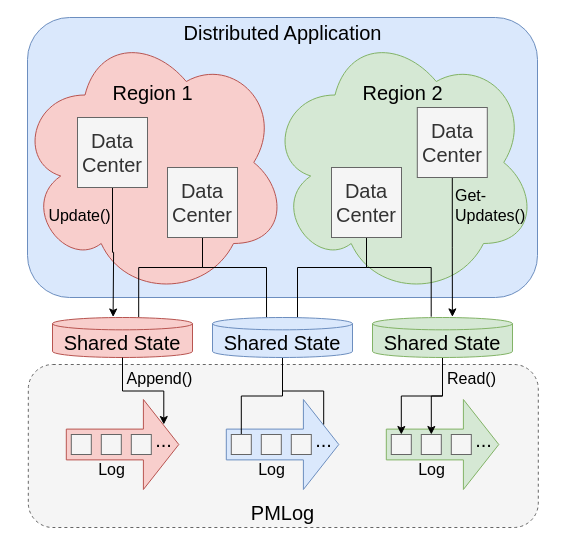
Earlier version of the draw.io diagram docs/abstraction.drawio (nathanieltornow/PMLog). Source tidied: cells renumbered, new cells numbered last; positions are measured from the earlier drawing's top-left corner, leaving out a move shared by most shapes. Both pictures are drawn from the tidied source at 100%, with x=0, y=0 at pixel (17, 17).
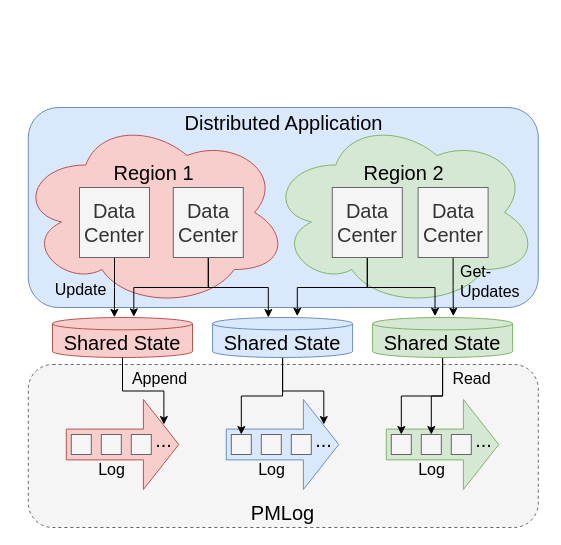
The same diagram, later.

The change refers to these unchanged cells:
```xml
<mxCell id="26" style="whiteSpace=wrap;html=1;fontSize=20;fillColor=#f5f5f5;strokeColor=#666666;fontColor=#333333;" parent="1" vertex="1">
  <mxGeometry x="213.8" y="417" width="20" height="20" as="geometry" />
</mxCell>
<mxCell id="30" value="Shared State" style="shape=cylinder3;whiteSpace=wrap;html=1;boundedLbl=1;backgroundOutline=1;size=6.166666666666629;fontSize=20;fillColor=#f8cecc;strokeColor=#b85450;" parent="1" vertex="1">
  <mxGeometry x="35" y="300" width="140" height="40" as="geometry" />
</mxCell>
<mxCell id="39" style="whiteSpace=wrap;html=1;fontSize=20;fillColor=#f5f5f5;strokeColor=#666666;fontColor=#333333;" parent="1" vertex="1">
  <mxGeometry x="403.8" y="417" width="20" height="20" as="geometry" />
</mxCell>
```

Diff of the diagram source:
```diff
@@
     <mxCell id="6" style="rounded=1;whiteSpace=wrap;html=1;fontSize=20;fillColor=#dae8fc;strokeColor=#6c8ebf;" parent="1" vertex="1">
-      <mxGeometry x="10" width="510" height="280" as="geometry" />
+      <mxGeometry x="10.8" y="90" width="510" height="200" as="geometry" />
     </mxCell>
     <mxCell id="7" style="ellipse;shape=cloud;whiteSpace=wrap;html=1;fillColor=#f8cecc;strokeColor=#b85450;" parent="1" vertex="1">
-      <mxGeometry y="10" width="270" height="270" as="geometry" />
+      <mxGeometry x="0.8" y="100" width="270" height="190" as="geometry" />
     </mxCell>
-    <mxCell id="8" style="edgeStyle=orthogonalEdgeStyle;rounded=0;jettySize=auto;html=1;exitX=0.5;exitY=1;exitDx=0;exitDy=0;entryX=0.397;entryY=-0.01;entryDx=0;entryDy=0;entryPerimeter=0;fontSize=20;" parent="1" edge="1" source="9">
-      <mxGeometry relative="1" as="geometry">
-        <mxPoint x="95.6" y="299.5" as="targetPoint" />
-      </mxGeometry>
-    </mxCell>
+    <mxCell id="50" style="edgeStyle=orthogonalEdgeStyle;rounded=0;jettySize=auto;html=1;exitX=0.5;exitY=1;exitDx=0;exitDy=0;entryX=0.442;entryY=-0.004;entryDx=0;entryDy=0;entryPerimeter=0;fontSize=16;startArrow=none;startFill=0;endArrow=classic;endFill=1;" parent="1" edge="1" source="9" target="30">
+      <mxGeometry relative="1" as="geometry" />
+    </mxCell>
     <mxCell id="9" value="&lt;font style=&quot;font-size: 20px&quot;&gt;Data&lt;br&gt;Center&lt;/font&gt;" style="whiteSpace=wrap;html=1;fillColor=#f5f5f5;strokeColor=#666666;fontColor=#333333;" parent="1" vertex="1">
-      <mxGeometry x="60" y="100" width="70" height="70" as="geometry" />
+      <mxGeometry x="62" y="170" width="70" height="70" as="geometry" />
     </mxCell>
-    <mxCell id="10" style="edgeStyle=orthogonalEdgeStyle;rounded=0;jettySize=auto;html=1;exitX=0.5;exitY=1;exitDx=0;exitDy=0;fontSize=20;entryX=0.58;entryY=-0.01;entryDx=0;entryDy=0;entryPerimeter=0;endArrow=none;endFill=0;" parent="1" edge="1" source="12">
-      <mxGeometry relative="1" as="geometry">
-        <mxPoint x="121.2" y="299.5" as="targetPoint" />
-        <Array as="points">
-          <mxPoint x="185" y="250" />
-          <mxPoint x="121" y="250" />
-        </Array>
-      </mxGeometry>
-    </mxCell>
-    <mxCell id="11" style="edgeStyle=orthogonalEdgeStyle;rounded=0;jettySize=auto;html=1;exitX=0.5;exitY=1;exitDx=0;exitDy=0;fontSize=16;endArrow=none;endFill=0;entryX=0.386;entryY=0;entryDx=0;entryDy=0;entryPerimeter=0;" parent="1" edge="1" source="12" target="22">
-      <mxGeometry relative="1" as="geometry">
-        <Array as="points">
-          <mxPoint x="185" y="250" />
-          <mxPoint x="249" y="250" />
-        </Array>
-      </mxGeometry>
+    <mxCell id="11" style="edgeStyle=orthogonalEdgeStyle;rounded=0;jettySize=auto;html=1;exitX=0.5;exitY=1;exitDx=0;exitDy=0;entryX=0.398;entryY=0;entryDx=0;entryDy=0;entryPerimeter=0;fontSize=16;startArrow=none;startFill=0;endArrow=classic;endFill=1;" parent="1" edge="1" source="12" target="22">
+      <mxGeometry relative="1" as="geometry" />
     </mxCell>
+    <mxCell id="51" style="edgeStyle=orthogonalEdgeStyle;rounded=0;jettySize=auto;html=1;exitX=0.5;exitY=1;exitDx=0;exitDy=0;entryX=0.581;entryY=-0.018;entryDx=0;entryDy=0;entryPerimeter=0;fontSize=16;startArrow=none;startFill=0;endArrow=classic;endFill=1;" parent="1" edge="1" source="12" target="30">
+      <mxGeometry relative="1" as="geometry" />
+    </mxCell>
     <mxCell id="12" value="&lt;font style=&quot;font-size: 20px&quot;&gt;Data&lt;br&gt;Center&lt;/font&gt;" style="whiteSpace=wrap;html=1;fillColor=#f5f5f5;strokeColor=#666666;fontColor=#333333;" parent="1" vertex="1">
-      <mxGeometry x="150" y="150" width="70" height="70" as="geometry" />
+      <mxGeometry x="155.8" y="170" width="70" height="70" as="geometry" />
     </mxCell>
     <mxCell id="13" style="ellipse;shape=cloud;whiteSpace=wrap;html=1;fillColor=#d5e8d4;strokeColor=#82b366;" parent="1" vertex="1">
-      <mxGeometry x="250" y="10" width="270" height="270" as="geometry" />
+      <mxGeometry x="250.8" y="100" width="270" height="190" as="geometry" />
     </mxCell>
-    <mxCell id="14" style="edgeStyle=orthogonalEdgeStyle;rounded=0;jettySize=auto;html=1;exitX=0.5;exitY=1;exitDx=0;exitDy=0;entryX=0.419;entryY=-0.015;entryDx=0;entryDy=0;entryPerimeter=0;fontSize=20;endArrow=none;endFill=0;" parent="1" edge="1" source="16">
-      <mxGeometry relative="1" as="geometry">
-        <mxPoint x="413.7" y="299.2" as="targetPoint" />
-        <Array as="points">
-          <mxPoint x="349" y="250" />
-          <mxPoint x="414" y="250" />
-        </Array>
-      </mxGeometry>
-    </mxCell>
-    <mxCell id="15" style="edgeStyle=orthogonalEdgeStyle;rounded=0;jettySize=auto;html=1;exitX=0.5;exitY=1;exitDx=0;exitDy=0;entryX=0.543;entryY=0.008;entryDx=0;entryDy=0;entryPerimeter=0;fontSize=16;endArrow=none;endFill=0;" parent="1" edge="1" source="16" target="22">
-      <mxGeometry relative="1" as="geometry">
-        <Array as="points">
-          <mxPoint x="349" y="250" />
-          <mxPoint x="280" y="250" />
-          <mxPoint x="280" y="300" />
-        </Array>
-      </mxGeometry>
+    <mxCell id="15" style="edgeStyle=orthogonalEdgeStyle;rounded=0;jettySize=auto;html=1;exitX=0.5;exitY=1;exitDx=0;exitDy=0;fontSize=16;startArrow=none;startFill=0;endArrow=classic;endFill=1;entryX=0.605;entryY=-0.032;entryDx=0;entryDy=0;entryPerimeter=0;" parent="1" edge="1" source="16" target="22">
+      <mxGeometry relative="1" as="geometry" />
     </mxCell>
+    <mxCell id="52" style="edgeStyle=orthogonalEdgeStyle;rounded=0;jettySize=auto;html=1;exitX=0.5;exitY=1;exitDx=0;exitDy=0;entryX=0.446;entryY=-0.032;entryDx=0;entryDy=0;entryPerimeter=0;fontSize=16;startArrow=none;startFill=0;endArrow=classic;endFill=1;" parent="1" edge="1" source="16" target="33">
+      <mxGeometry relative="1" as="geometry" />
+    </mxCell>
     <mxCell id="16" value="&lt;font style=&quot;font-size: 20px&quot;&gt;Data&lt;br&gt;Center&lt;/font&gt;" style="whiteSpace=wrap;html=1;fillColor=#f5f5f5;strokeColor=#666666;fontColor=#333333;" parent="1" vertex="1">
-      <mxGeometry x="314" y="150" width="70" height="70" as="geometry" />
+      <mxGeometry x="314.8" y="170" width="70" height="70" as="geometry" />
     </mxCell>
-    <mxCell id="17" style="edgeStyle=orthogonalEdgeStyle;rounded=0;jettySize=auto;html=1;exitX=0.5;exitY=1;exitDx=0;exitDy=0;entryX=0.571;entryY=-0.012;entryDx=0;entryDy=0;entryPerimeter=0;fontSize=20;startArrow=none;startFill=0;endArrow=classic;endFill=1;" parent="1" edge="1" source="18">
-      <mxGeometry relative="1" as="geometry">
-        <mxPoint x="434.9" y="299.4" as="targetPoint" />
-      </mxGeometry>
-    </mxCell>
+    <mxCell id="53" style="edgeStyle=orthogonalEdgeStyle;rounded=0;jettySize=auto;html=1;exitX=0.5;exitY=1;exitDx=0;exitDy=0;entryX=0.577;entryY=-0.032;entryDx=0;entryDy=0;entryPerimeter=0;fontSize=16;startArrow=none;startFill=0;endArrow=classic;endFill=1;" parent="1" edge="1" source="18" target="33">
+      <mxGeometry relative="1" as="geometry" />
+    </mxCell>
     <mxCell id="18" value="&lt;font style=&quot;font-size: 20px&quot;&gt;Data&lt;br&gt;Center&lt;/font&gt;" style="whiteSpace=wrap;html=1;fillColor=#f5f5f5;strokeColor=#666666;fontColor=#333333;" parent="1" vertex="1">
-      <mxGeometry x="399.8" y="90" width="70" height="70" as="geometry" />
+      <mxGeometry x="400.6" y="170" width="70" height="70" as="geometry" />
     </mxCell>
     <mxCell id="19" value="Distributed Application" style="text;html=1;align=center;verticalAlign=middle;strokeColor=none;fillColor=none;fontSize=20;" parent="1" vertex="1">
-      <mxGeometry x="160" width="210" height="30" as="geometry" />
+      <mxGeometry x="160.8" y="90" width="210" height="30" as="geometry" />
     </mxCell>
-    <mxCell id="20" style="edgeStyle=orthogonalEdgeStyle;rounded=0;jettySize=auto;html=1;exitX=0.5;exitY=1;exitDx=0;exitDy=0;exitPerimeter=0;entryX=0.5;entryY=0;entryDx=0;entryDy=0;fontSize=16;startArrow=none;startFill=0;endArrow=none;endFill=0;" parent="1" edge="1" source="22" target="26">
+    <mxCell id="20" style="edgeStyle=orthogonalEdgeStyle;rounded=0;jettySize=auto;html=1;exitX=0.5;exitY=1;exitDx=0;exitDy=0;exitPerimeter=0;entryX=0.5;entryY=0;entryDx=0;entryDy=0;fontSize=16;startArrow=none;startFill=0;endArrow=classic;endFill=1;" parent="1" edge="1" source="22" target="26">
       <mxGeometry relative="1" as="geometry" />
     </mxCell>
-    <mxCell id="21" style="edgeStyle=orthogonalEdgeStyle;rounded=0;jettySize=auto;html=1;exitX=0.5;exitY=1;exitDx=0;exitDy=0;exitPerimeter=0;fontSize=16;startArrow=none;startFill=0;endArrow=none;endFill=0;" parent="1" edge="1" source="22" target="29">
+    <mxCell id="21" style="edgeStyle=orthogonalEdgeStyle;rounded=0;jettySize=auto;html=1;exitX=0.5;exitY=1;exitDx=0;exitDy=0;exitPerimeter=0;fontSize=16;startArrow=none;startFill=0;endArrow=classic;endFill=1;" parent="1" edge="1" source="22" target="29">
       <mxGeometry relative="1" as="geometry" />
     </mxCell>
     <mxCell id="22" value="Shared State" style="shape=cylinder3;whiteSpace=wrap;html=1;boundedLbl=1;backgroundOutline=1;size=6.166666666666629;fontSize=20;fillColor=#dae8fc;strokeColor=#6c8ebf;" parent="1" vertex="1">
-      <mxGeometry x="195" y="300" width="140" height="40" as="geometry" />
+      <mxGeometry x="195.1" y="300" width="140" height="40" as="geometry" />
     </mxCell>
     <mxCell id="23" value="PMLog" style="text;html=1;align=center;verticalAlign=middle;strokeColor=none;fillColor=none;fontSize=20;" parent="1" vertex="1">
-      <mxGeometry x="225" y="480" width="80" height="30" as="geometry" />
+      <mxGeometry x="225.1" y="480" width="80" height="30" as="geometry" />
     </mxCell>
     <mxCell id="24" value="Region 1" style="text;html=1;align=center;verticalAlign=middle;strokeColor=none;fillColor=none;fontSize=20;" parent="1" vertex="1">
-      <mxGeometry x="85" y="60" width="100" height="30" as="geometry" />
+      <mxGeometry x="85.8" y="140" width="100" height="30" as="geometry" />
     </mxCell>
     <mxCell id="25" value="Region 2" style="text;html=1;align=center;verticalAlign=middle;strokeColor=none;fillColor=none;fontSize=20;" parent="1" vertex="1">
-      <mxGeometry x="335" y="60" width="100" height="30" as="geometry" />
+      <mxGeometry x="335.8" y="140" width="100" height="30" as="geometry" />
     </mxCell>
@@
     <mxCell id="29" value="..." style="text;html=1;align=center;verticalAlign=middle;points=[];strokeColor=none;fillColor=none;fontSize=20;" parent="1" vertex="1">
-      <mxGeometry x="291.2" y="407" width="30" height="30" as="geometry" />
+      <mxGeometry x="291.3" y="407" width="30" height="30" as="geometry" />
     </mxCell>
@@
-    <mxCell id="32" style="edgeStyle=orthogonalEdgeStyle;rounded=0;jettySize=auto;html=1;exitX=0.5;exitY=1;exitDx=0;exitDy=0;exitPerimeter=0;entryX=0.5;entryY=0;entryDx=0;entryDy=0;fontSize=16;startArrow=none;startFill=0;endArrow=classic;endFill=1;" parent="1" edge="1" source="33" target="39">
+    <mxCell id="32" style="edgeStyle=orthogonalEdgeStyle;rounded=0;jettySize=auto;html=1;exitX=0.5;exitY=1;exitDx=0;exitDy=0;exitPerimeter=0;fontSize=16;startArrow=none;startFill=0;endArrow=classic;endFill=1;" parent="1" edge="1" source="33" target="39">
       <mxGeometry relative="1" as="geometry" />
     </mxCell>
     <mxCell id="33" value="Shared State" style="shape=cylinder3;whiteSpace=wrap;html=1;boundedLbl=1;backgroundOutline=1;size=6.166666666666629;fontSize=20;fillColor=#d5e8d4;strokeColor=#82b366;" parent="1" vertex="1">
-      <mxGeometry x="355" y="300" width="140" height="40" as="geometry" />
+      <mxGeometry x="355.1" y="300" width="140" height="40" as="geometry" />
     </mxCell>
@@
     <mxCell id="37" value="..." style="text;html=1;align=center;verticalAlign=middle;points=[];strokeColor=none;fillColor=none;fontSize=20;" parent="1" vertex="1">
-      <mxGeometry x="131.2" y="407" width="30" height="30" as="geometry" />
+      <mxGeometry x="131.3" y="407" width="30" height="30" as="geometry" />
     </mxCell>
@@
     <mxCell id="41" value="..." style="text;html=1;align=center;verticalAlign=middle;strokeColor=none;fillColor=none;fontSize=20;" parent="1" vertex="1">
-      <mxGeometry x="451.2" y="407" width="30" height="30" as="geometry" />
+      <mxGeometry x="451.3" y="407" width="30" height="30" as="geometry" />
     </mxCell>
-    <mxCell id="42" value="Update()" style="text;html=1;align=center;verticalAlign=middle;strokeColor=none;fillColor=none;fontSize=16;" parent="1" vertex="1">
-      <mxGeometry x="21.8" y="188" width="80" height="20" as="geometry" />
+    <mxCell id="42" value="Update" style="text;html=1;align=center;verticalAlign=middle;strokeColor=none;fillColor=none;fontSize=16;" parent="1" vertex="1">
+      <mxGeometry x="27.5" y="262" width="70" height="20" as="geometry" />
     </mxCell>
-    <mxCell id="43" value="Get-&lt;br&gt;Updates()" style="text;html=1;align=left;verticalAlign=middle;strokeColor=none;fillColor=none;fontSize=16;" parent="1" vertex="1">
-      <mxGeometry x="435.8" y="168" width="90" height="40" as="geometry" />
+    <mxCell id="43" value="Get-&lt;br&gt;Updates" style="text;html=1;align=left;verticalAlign=middle;strokeColor=none;fillColor=none;fontSize=16;" parent="1" vertex="1">
+      <mxGeometry x="440.8" y="244" width="80" height="40" as="geometry" />
     </mxCell>
@@
-    <mxCell id="45" value="Append()" style="text;html=1;align=center;verticalAlign=middle;strokeColor=none;fillColor=none;fontSize=16;" parent="1" vertex="1">
-      <mxGeometry x="101.8" y="351" width="80" height="20" as="geometry" />
+    <mxCell id="45" value="Append" style="text;html=1;align=center;verticalAlign=middle;strokeColor=none;fillColor=none;fontSize=16;" parent="1" vertex="1">
+      <mxGeometry x="106.8" y="351" width="70" height="20" as="geometry" />
     </mxCell>
-    <mxCell id="46" value="Read()" style="text;html=1;align=center;verticalAlign=middle;strokeColor=none;fillColor=none;fontSize=16;" parent="1" vertex="1">
-      <mxGeometry x="423.8" y="351" width="60" height="20" as="geometry" />
+    <mxCell id="46" value="Read" style="text;html=1;align=center;verticalAlign=middle;strokeColor=none;fillColor=none;fontSize=16;" parent="1" vertex="1">
+      <mxGeometry x="428.8" y="351" width="50" height="20" as="geometry" />
     </mxCell>
```
